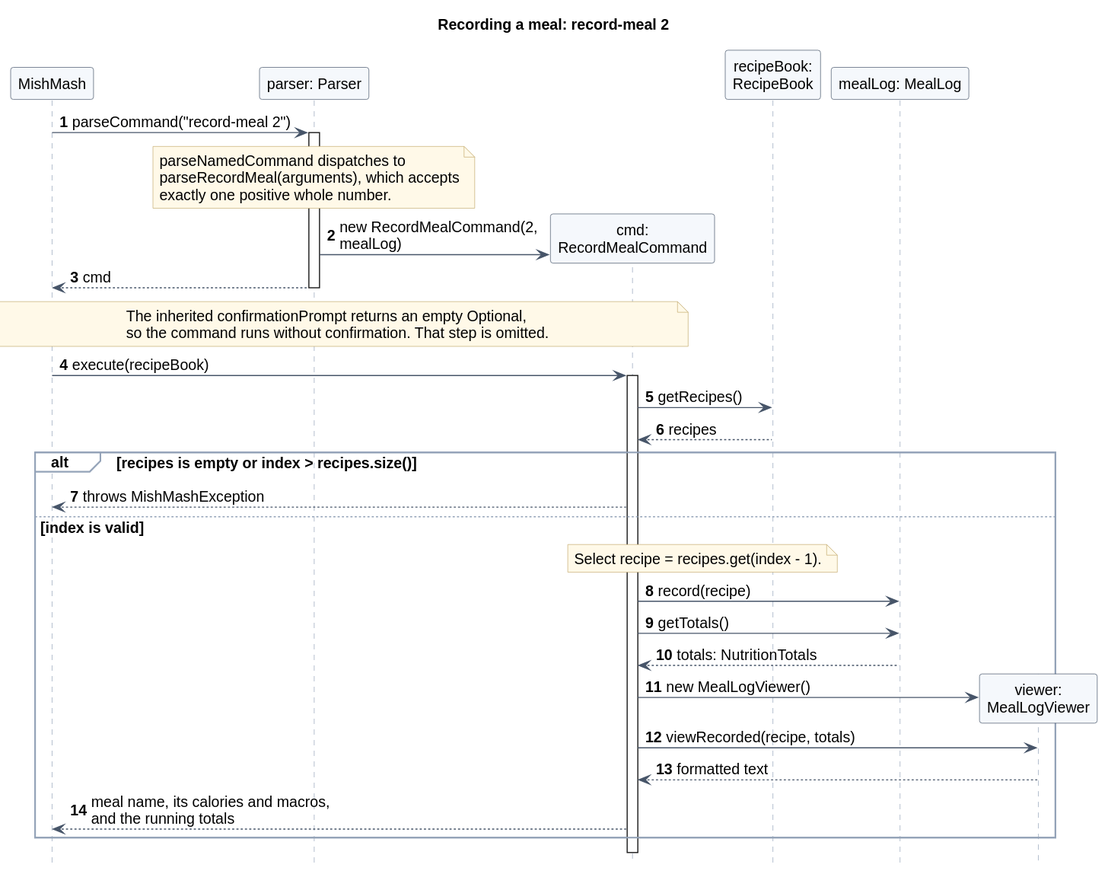
This is docs/images/record-meal/record-meal.svg from AY2627S1-CS2113-W13-4/tp, a PlantUML export, as it was before one commit.
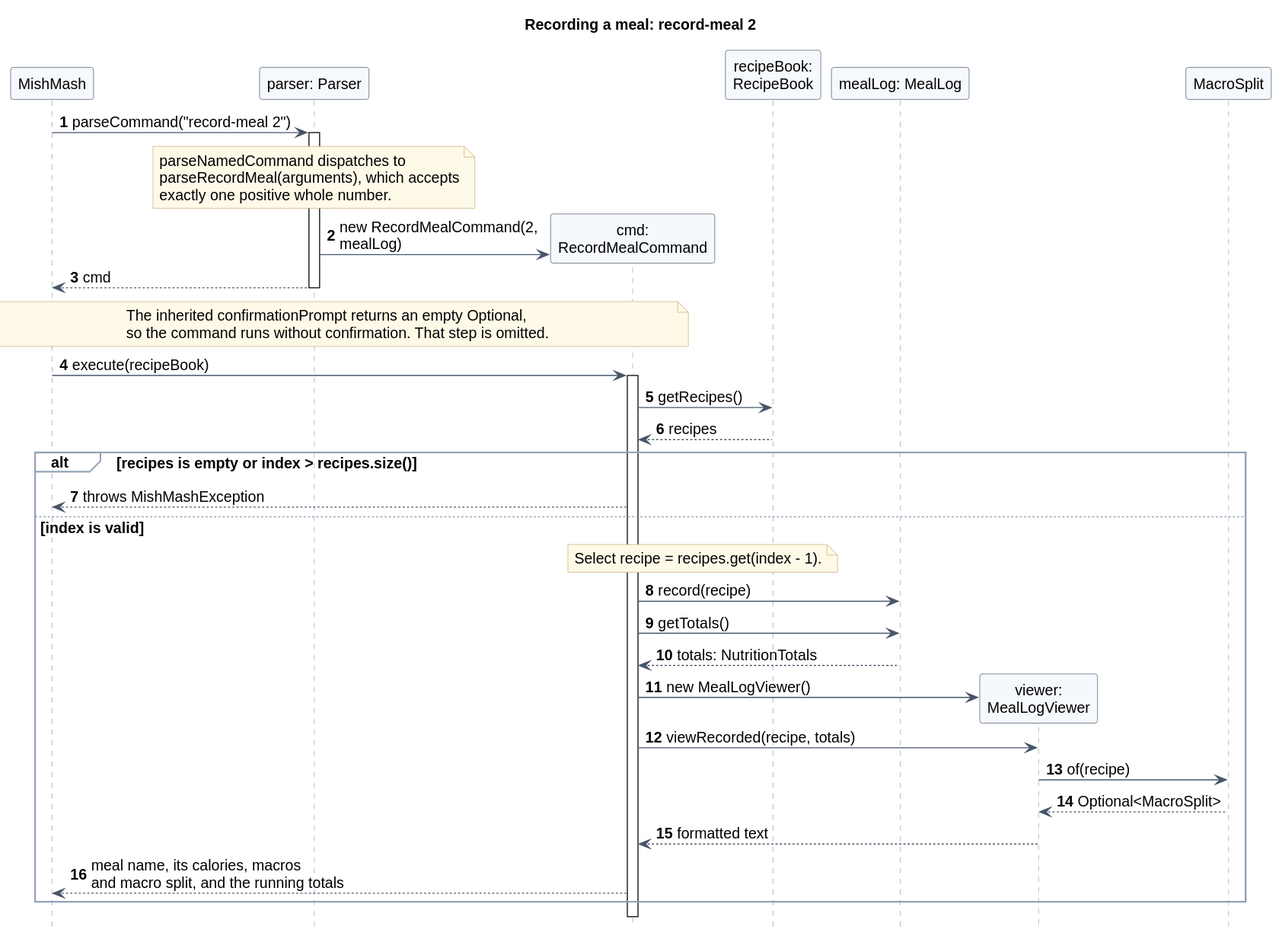
After the change.

Commit message:
Align the DG and UG with the implemented meal recording feature

What changed in the source:
```diff
@@ -9,6 +9,7 @@
 participant "recipeBook:\nRecipeBook" as Book
 participant "mealLog: MealLog" as Log
 participant "viewer:\nMealLogViewer" as Viewer
+participant "MacroSplit" as Split
 
 App -> Parser : parseCommand("record-meal 2")
 activate Parser
@@ -41,8 +42,10 @@
   create Viewer
   Cmd -> Viewer : new MealLogViewer()
   Cmd -> Viewer : viewRecorded(recipe, totals)
+  Viewer -> Split : of(recipe)
+  Split --> Viewer : Optional<MacroSplit>
   Viewer --> Cmd : formatted text
-  Cmd --> App : meal name, its calories and macros,\nand the running totals
+  Cmd --> App : meal name, its calories, macros\nand macro split, and the running totals
 end
 deactivate Cmd
 @enduml
```
